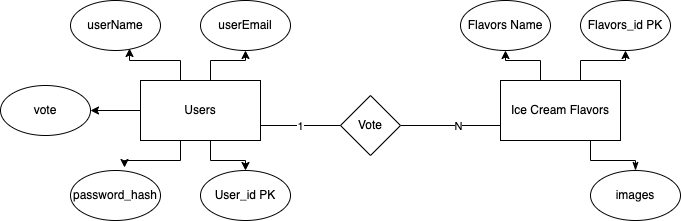
The draw.io diagram public/images/diagram.png in Omarhuba/coldn-yumyy-express-sequelize-, before a commit. Source tidied: cells renumbered, new cells last; positions are measured from the earlier drawing's top-left corner, leaving out a move shared by most shapes. Its diagram source:
```xml
<mxGraphModel>
  <root>
    <mxCell id="0" />
    <mxCell id="1" parent="0" />
    <mxCell id="2" style="edgeStyle=orthogonalEdgeStyle;rounded=0;jettySize=auto;html=1;entryX=0.656;entryY=0.96;entryDx=0;entryDy=0;entryPerimeter=0;" parent="1" edge="1" source="9" target="16">
      <mxGeometry relative="1" as="geometry">
        <Array as="points">
          <mxPoint x="180" y="60" />
          <mxPoint x="129" y="60" />
        </Array>
      </mxGeometry>
    </mxCell>
    <mxCell id="3" style="edgeStyle=orthogonalEdgeStyle;rounded=0;jettySize=auto;html=1;entryX=0.5;entryY=1;entryDx=0;entryDy=0;" parent="1" edge="1" source="9" target="17">
      <mxGeometry relative="1" as="geometry">
        <Array as="points">
          <mxPoint x="210" y="60" />
          <mxPoint x="245" y="60" />
        </Array>
      </mxGeometry>
    </mxCell>
    <mxCell id="4" style="edgeStyle=orthogonalEdgeStyle;rounded=0;jettySize=auto;html=1;entryX=0.6;entryY=-0.06;entryDx=0;entryDy=0;entryPerimeter=0;" parent="1" edge="1" source="9" target="18">
      <mxGeometry relative="1" as="geometry">
        <Array as="points">
          <mxPoint x="180" y="160" />
          <mxPoint x="124" y="160" />
        </Array>
      </mxGeometry>
    </mxCell>
    <mxCell id="5" style="edgeStyle=orthogonalEdgeStyle;rounded=0;jettySize=auto;html=1;entryX=0.5;entryY=0;entryDx=0;entryDy=0;" parent="1" edge="1" source="9" target="19">
      <mxGeometry relative="1" as="geometry">
        <Array as="points">
          <mxPoint x="210" y="160" />
          <mxPoint x="245" y="160" />
        </Array>
      </mxGeometry>
    </mxCell>
    <mxCell id="6" style="edgeStyle=orthogonalEdgeStyle;rounded=0;jettySize=auto;html=1;endArrow=none;endFill=0;" parent="1" edge="1" target="15">
      <mxGeometry relative="1" as="geometry">
        <mxPoint x="260" y="125" as="sourcePoint" />
      </mxGeometry>
    </mxCell>
    <mxCell id="7" value="1" style="edgeLabel;html=1;align=center;verticalAlign=middle;" parent="6" vertex="1">
      <mxGeometry x="-0.03" relative="1" as="geometry" />
    </mxCell>
    <mxCell id="8" style="edgeStyle=orthogonalEdgeStyle;rounded=0;jettySize=auto;html=1;" parent="1" edge="1" source="9" target="22">
      <mxGeometry relative="1" as="geometry" />
    </mxCell>
    <mxCell id="9" value="Users" style="rounded=0;whiteSpace=wrap;html=1;" parent="1" vertex="1">
      <mxGeometry x="140" y="80" width="120" height="60" as="geometry" />
    </mxCell>
    <mxCell id="10" style="edgeStyle=orthogonalEdgeStyle;rounded=0;jettySize=auto;html=1;endArrow=none;endFill=0;" parent="1" edge="1" target="15">
      <mxGeometry relative="1" as="geometry">
        <mxPoint x="500" y="125" as="sourcePoint" />
      </mxGeometry>
    </mxCell>
    <mxCell id="11" value="N" style="edgeLabel;html=1;align=center;verticalAlign=middle;" parent="10" vertex="1">
      <mxGeometry x="-0.14" relative="1" as="geometry" />
    </mxCell>
    <mxCell id="12" style="edgeStyle=orthogonalEdgeStyle;rounded=0;jettySize=auto;html=1;entryX=0.5;entryY=1;entryDx=0;entryDy=0;" parent="1" edge="1" source="14" target="20">
      <mxGeometry relative="1" as="geometry">
        <Array as="points">
          <mxPoint x="540" y="60" />
          <mxPoint x="505" y="60" />
        </Array>
      </mxGeometry>
    </mxCell>
    <mxCell id="13" style="edgeStyle=orthogonalEdgeStyle;rounded=0;jettySize=auto;html=1;entryX=0.5;entryY=1;entryDx=0;entryDy=0;" parent="1" edge="1" source="14" target="21">
      <mxGeometry relative="1" as="geometry">
        <Array as="points">
          <mxPoint x="580" y="60" />
          <mxPoint x="625" y="60" />
        </Array>
      </mxGeometry>
    </mxCell>
    <mxCell id="14" value="Ice Cream Flavors" style="rounded=0;whiteSpace=wrap;html=1;" parent="1" vertex="1">
      <mxGeometry x="500" y="80" width="120" height="60" as="geometry" />
    </mxCell>
    <mxCell id="15" value="Vote" style="rhombus;whiteSpace=wrap;html=1;" parent="1" vertex="1">
      <mxGeometry x="340" y="95" width="60" height="60" as="geometry" />
    </mxCell>
    <mxCell id="16" value="userName" style="ellipse;whiteSpace=wrap;html=1;" parent="1" vertex="1">
      <mxGeometry x="70" width="90" height="50" as="geometry" />
    </mxCell>
    <mxCell id="17" value="userEmail" style="ellipse;whiteSpace=wrap;html=1;" parent="1" vertex="1">
      <mxGeometry x="200" width="90" height="50" as="geometry" />
    </mxCell>
    <mxCell id="18" value="password_hash" style="ellipse;whiteSpace=wrap;html=1;" parent="1" vertex="1">
      <mxGeometry x="70" y="170" width="90" height="50" as="geometry" />
    </mxCell>
    <mxCell id="19" value="User_id PK" style="ellipse;whiteSpace=wrap;html=1;" parent="1" vertex="1">
      <mxGeometry x="200" y="170" width="90" height="50" as="geometry" />
    </mxCell>
    <mxCell id="20" value="Flavors Name" style="ellipse;whiteSpace=wrap;html=1;" parent="1" vertex="1">
      <mxGeometry x="460" width="90" height="50" as="geometry" />
    </mxCell>
    <mxCell id="21" value="Flavors_id PK" style="ellipse;whiteSpace=wrap;html=1;" parent="1" vertex="1">
      <mxGeometry x="580" width="90" height="50" as="geometry" />
    </mxCell>
    <mxCell id="22" value="vote" style="ellipse;whiteSpace=wrap;html=1;" parent="1" vertex="1">
      <mxGeometry y="85" width="90" height="50" as="geometry" />
    </mxCell>
    <mxCell id="23" style="edgeStyle=orthogonalEdgeStyle;rounded=0;jettySize=auto;html=1;endArrow=none;endFill=0;entryX=0.75;entryY=1;entryDx=0;entryDy=0;startArrow=classicThin;startFill=1;" parent="1" edge="1" source="24" target="14">
      <mxGeometry relative="1" as="geometry">
        <Array as="points">
          <mxPoint x="635" y="160" />
          <mxPoint x="590" y="160" />
        </Array>
      </mxGeometry>
    </mxCell>
    <mxCell id="24" value="images" style="ellipse;whiteSpace=wrap;html=1;" parent="1" vertex="1">
      <mxGeometry x="590" y="170" width="90" height="50" as="geometry" />
    </mxCell>
  </root>
</mxGraphModel>
```
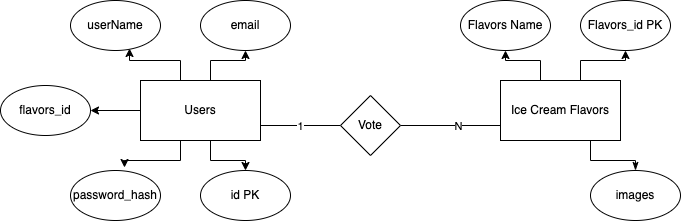
After the change.

The edit, as a diff of the source:
```diff
@@ -81,13 +81,13 @@
     <mxCell id="16" value="userName" style="ellipse;whiteSpace=wrap;html=1;" parent="1" vertex="1">
       <mxGeometry x="70" width="90" height="50" as="geometry" />
     </mxCell>
-    <mxCell id="17" value="userEmail" style="ellipse;whiteSpace=wrap;html=1;" parent="1" vertex="1">
+    <mxCell id="17" value="email" style="ellipse;whiteSpace=wrap;html=1;" parent="1" vertex="1">
       <mxGeometry x="200" width="90" height="50" as="geometry" />
     </mxCell>
     <mxCell id="18" value="password_hash" style="ellipse;whiteSpace=wrap;html=1;" parent="1" vertex="1">
       <mxGeometry x="70" y="170" width="90" height="50" as="geometry" />
     </mxCell>
-    <mxCell id="19" value="User_id PK" style="ellipse;whiteSpace=wrap;html=1;" parent="1" vertex="1">
+    <mxCell id="19" value="id PK" style="ellipse;whiteSpace=wrap;html=1;" parent="1" vertex="1">
       <mxGeometry x="200" y="170" width="90" height="50" as="geometry" />
     </mxCell>
     <mxCell id="20" value="Flavors Name" style="ellipse;whiteSpace=wrap;html=1;" parent="1" vertex="1">
@@ -96,7 +96,7 @@
     <mxCell id="21" value="Flavors_id PK" style="ellipse;whiteSpace=wrap;html=1;" parent="1" vertex="1">
       <mxGeometry x="580" width="90" height="50" as="geometry" />
     </mxCell>
-    <mxCell id="22" value="vote" style="ellipse;whiteSpace=wrap;html=1;" parent="1" vertex="1">
+    <mxCell id="22" value="flavors_id" style="ellipse;whiteSpace=wrap;html=1;" parent="1" vertex="1">
       <mxGeometry y="85" width="90" height="50" as="geometry" />
     </mxCell>
     <mxCell id="23" style="edgeStyle=orthogonalEdgeStyle;rounded=0;jettySize=auto;html=1;endArrow=none;endFill=0;entryX=0.75;entryY=1;entryDx=0;entryDy=0;startArrow=classicThin;startFill=1;" parent="1" edge="1" source="24" target="14">
```
